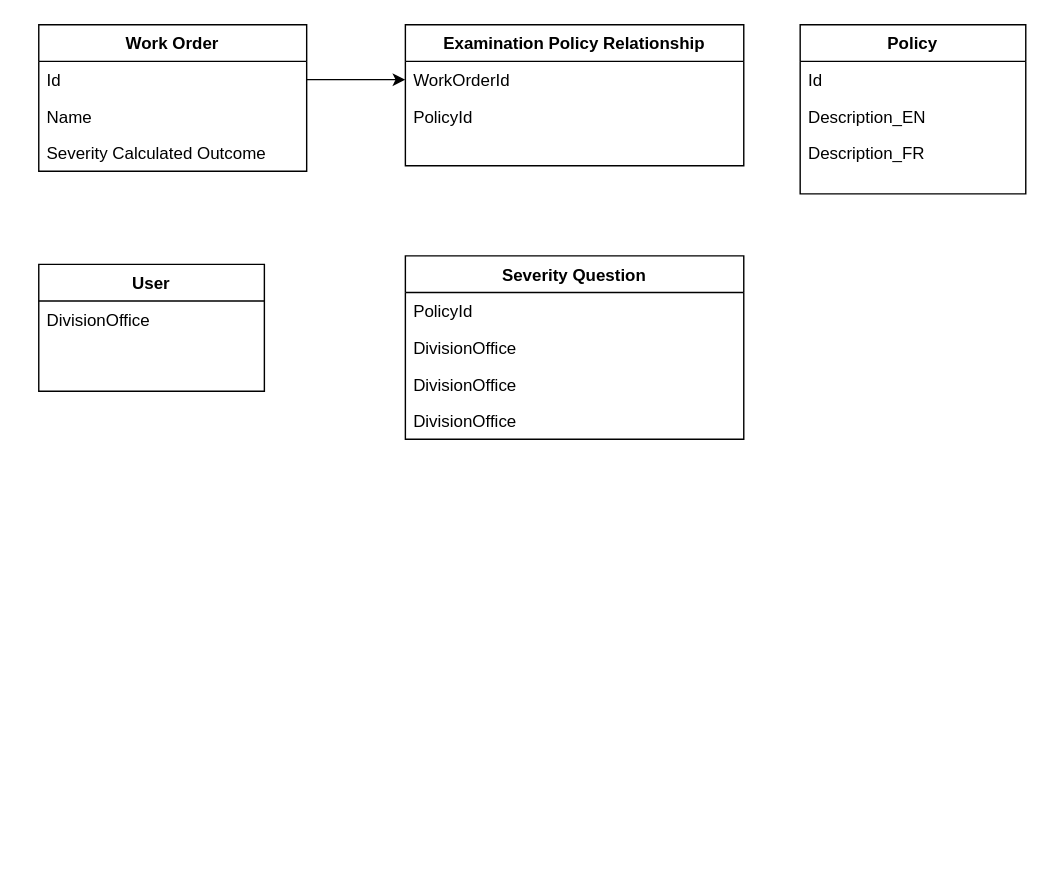
This is page "DataModal" (1 of 2) of _draft/severityMatrix.drawio from z2/z2.github.io, a draw.io file, before an edit. Source tidied: cells renumbered, new cells numbered last; positions are measured from the earlier drawing's top-left corner, leaving out a move shared by most shapes. Both pictures are drawn from the tidied source at 141%, with x=0, y=0 at pixel (38, 24).
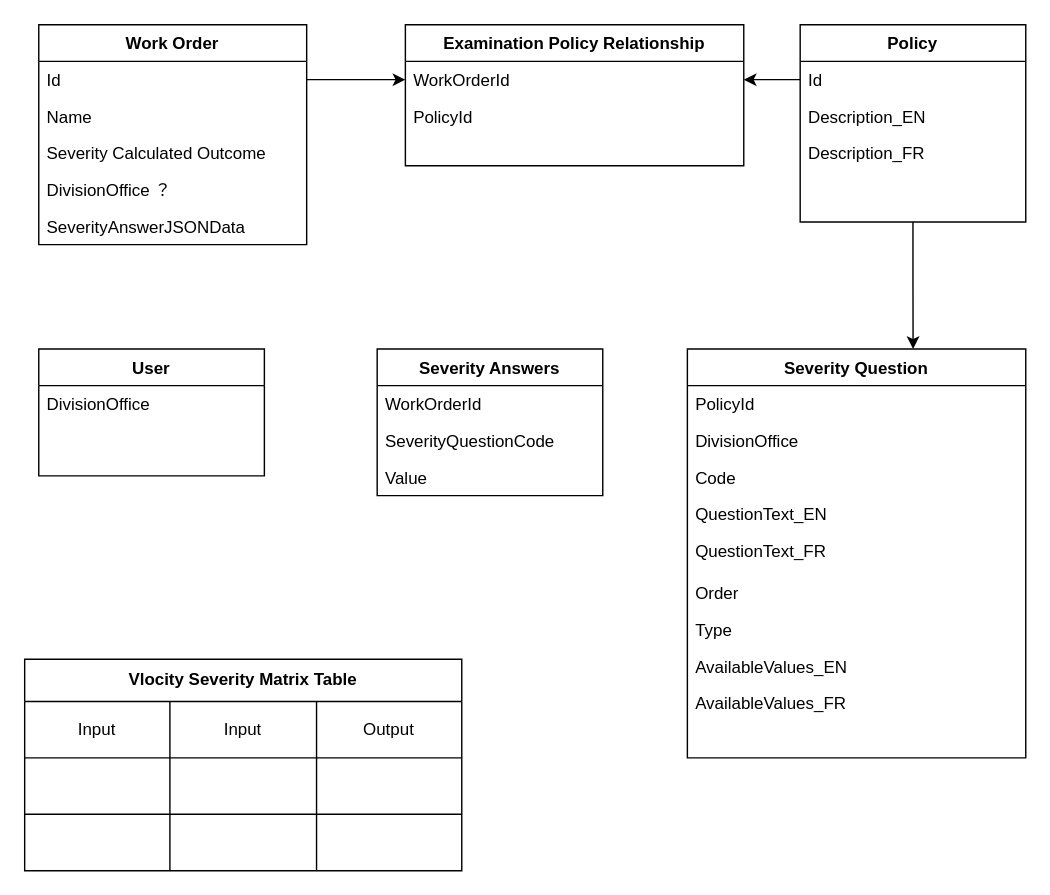
The same page after the edit.

Unchanged cells that the change refers to:
```xml
<mxCell id="3" value="Id" style="text;align=left;verticalAlign=top;spacingLeft=4;spacingRight=4;overflow=hidden;points=[[0,0.5],[1,0.5]];portConstraint=eastwest;rounded=0;shadow=0;html=0;" parent="2" vertex="1">
  <mxGeometry y="26" width="160" height="26" as="geometry" />
</mxCell>
<mxCell id="18" value="WorkOrderId" style="text;align=left;verticalAlign=top;spacingLeft=4;spacingRight=4;overflow=hidden;points=[[0,0.5],[1,0.5]];portConstraint=eastwest;rounded=0;shadow=0;html=0;" parent="17" vertex="1">
  <mxGeometry y="26" width="240" height="26" as="geometry" />
</mxCell>
```

Diff of the diagram source:
```diff
@@
+    <mxCell id="21" style="edgeStyle=orthogonalEdgeStyle;rounded=0;jettySize=auto;html=1;entryX=0.667;entryY=0;entryDx=0;entryDy=0;entryPerimeter=0;" parent="1" edge="1" source="2" target="8">
+      <mxGeometry relative="1" as="geometry" />
+    </mxCell>
     <mxCell id="2" value="Policy" style="swimlane;fontStyle=1;align=center;verticalAlign=top;horizontal=1;startSize=26;rounded=0;shadow=0;strokeWidth=1;" parent="1" vertex="1">
-      <mxGeometry x="540" width="160" height="120" as="geometry" />
+      <mxGeometry x="540" width="160" height="140" as="geometry" />
     </mxCell>
@@
     <mxCell id="6" value="User&#10;" style="swimlane;fontStyle=1;align=center;verticalAlign=top;horizontal=1;startSize=26;rounded=0;shadow=0;strokeWidth=1;" parent="1" vertex="1">
-      <mxGeometry y="170" width="160" height="90" as="geometry" />
+      <mxGeometry y="230" width="160" height="90" as="geometry" />
     </mxCell>
@@
     <mxCell id="8" value="Severity Question" style="swimlane;fontStyle=1;align=center;verticalAlign=top;horizontal=1;startSize=26;rounded=0;shadow=0;strokeWidth=1;" parent="1" vertex="1">
-      <mxGeometry x="260" y="164" width="240" height="130" as="geometry" />
+      <mxGeometry x="460" y="230" width="240" height="290" as="geometry" />
     </mxCell>
@@
-    <mxCell id="11" value="DivisionOffice" style="text;align=left;verticalAlign=top;spacingLeft=4;spacingRight=4;overflow=hidden;" parent="8" vertex="1">
+    <mxCell id="11" value="Code" style="text;align=left;verticalAlign=top;spacingLeft=4;spacingRight=4;overflow=hidden;" parent="8" vertex="1">
       <mxGeometry y="78" width="240" height="26" as="geometry" />
     </mxCell>
-    <mxCell id="12" value="DivisionOffice" style="text;align=left;verticalAlign=top;spacingLeft=4;spacingRight=4;overflow=hidden;" parent="8" vertex="1">
+    <mxCell id="12" value="QuestionText_EN" style="text;align=left;verticalAlign=top;spacingLeft=4;spacingRight=4;overflow=hidden;" parent="8" vertex="1">
       <mxGeometry y="104" width="240" height="26" as="geometry" />
     </mxCell>
+    <mxCell id="22" value="QuestionText_FR" style="text;align=left;verticalAlign=top;spacingLeft=4;spacingRight=4;overflow=hidden;" parent="8" vertex="1">
+      <mxGeometry y="130" width="240" height="30" as="geometry" />
+    </mxCell>
+    <mxCell id="23" value="Order" style="text;align=left;verticalAlign=top;spacingLeft=4;spacingRight=4;overflow=hidden;" parent="8" vertex="1">
+      <mxGeometry y="160" width="240" height="26" as="geometry" />
+    </mxCell>
+    <mxCell id="24" value="Type" style="text;align=left;verticalAlign=top;spacingLeft=4;spacingRight=4;overflow=hidden;" parent="8" vertex="1">
+      <mxGeometry y="186" width="240" height="26" as="geometry" />
+    </mxCell>
+    <mxCell id="25" value="AvailableValues_EN" style="text;align=left;verticalAlign=top;spacingLeft=4;spacingRight=4;overflow=hidden;" parent="8" vertex="1">
+      <mxGeometry y="212" width="240" height="26" as="geometry" />
+    </mxCell>
+    <mxCell id="26" value="AvailableValues_FR" style="text;align=left;verticalAlign=top;spacingLeft=4;spacingRight=4;overflow=hidden;" parent="8" vertex="1">
+      <mxGeometry y="238" width="240" height="26" as="geometry" />
+    </mxCell>
     <mxCell id="13" value="Work Order" style="swimlane;fontStyle=1;align=center;verticalAlign=top;horizontal=1;startSize=26;rounded=0;shadow=0;strokeWidth=1;" parent="1" vertex="1">
-      <mxGeometry width="190" height="104" as="geometry" />
+      <mxGeometry width="190" height="156" as="geometry" />
     </mxCell>
@@
+    <mxCell id="27" value="DivisionOffice ？" style="text;align=left;verticalAlign=top;spacingLeft=4;spacingRight=4;overflow=hidden;rounded=0;shadow=0;html=0;" parent="13" vertex="1">
+      <mxGeometry y="104" width="190" height="26" as="geometry" />
+    </mxCell>
+    <mxCell id="28" value="SeverityAnswerJSONData" style="text;align=left;verticalAlign=top;spacingLeft=4;spacingRight=4;overflow=hidden;rounded=0;shadow=0;html=0;" parent="13" vertex="1">
+      <mxGeometry y="130" width="190" height="26" as="geometry" />
+    </mxCell>
@@
+    <mxCell id="29" style="edgeStyle=orthogonalEdgeStyle;rounded=0;jettySize=auto;html=1;" parent="1" edge="1" source="3" target="18">
+      <mxGeometry relative="1" as="geometry" />
+    </mxCell>
+    <mxCell id="30" value="Severity Answers" style="swimlane;fontStyle=1;align=center;verticalAlign=top;horizontal=1;startSize=26;rounded=0;shadow=0;strokeWidth=1;" parent="1" vertex="1">
+      <mxGeometry x="240" y="230" width="160" height="104" as="geometry" />
+    </mxCell>
+    <mxCell id="31" value="WorkOrderId" style="text;align=left;verticalAlign=top;spacingLeft=4;spacingRight=4;overflow=hidden;rounded=0;shadow=0;html=0;" parent="30" vertex="1">
+      <mxGeometry y="26" width="160" height="26" as="geometry" />
+    </mxCell>
+    <mxCell id="32" value="SeverityQuestionCode" style="text;align=left;verticalAlign=top;spacingLeft=4;spacingRight=4;overflow=hidden;rounded=0;shadow=0;html=0;" parent="30" vertex="1">
+      <mxGeometry y="52" width="160" height="26" as="geometry" />
+    </mxCell>
+    <mxCell id="33" value="Value" style="text;align=left;verticalAlign=top;spacingLeft=4;spacingRight=4;overflow=hidden;rounded=0;shadow=0;html=0;" parent="30" vertex="1">
+      <mxGeometry y="78" width="160" height="26" as="geometry" />
+    </mxCell>
+    <mxCell id="34" value="Vlocity Severity Matrix Table" style="shape=table;html=1;whiteSpace=wrap;startSize=30;childLayout=tableLayout;fontStyle=1;align=center;" parent="1" vertex="1">
+      <mxGeometry x="-10" y="450" width="310" height="150" as="geometry" />
+    </mxCell>
+    <mxCell id="35" style="shape=partialRectangle;html=1;whiteSpace=wrap;fillColor=none;top=0;left=0;bottom=0;right=0;" parent="34" vertex="1">
+      <mxGeometry y="30" width="310" height="40" as="geometry" />
+    </mxCell>
+    <mxCell id="36" value="Input" style="shape=partialRectangle;html=1;whiteSpace=wrap;fillColor=none;top=0;left=0;bottom=0;right=0;overflow=hidden;" parent="35" vertex="1">
+      <mxGeometry width="103" height="40" as="geometry" />
+    </mxCell>
+    <mxCell id="37" value="Input" style="shape=partialRectangle;html=1;whiteSpace=wrap;fillColor=none;top=0;left=0;bottom=0;right=0;overflow=hidden;" parent="35" vertex="1">
+      <mxGeometry x="103" width="104" height="40" as="geometry" />
+    </mxCell>
+    <mxCell id="38" value="Output" style="shape=partialRectangle;html=1;whiteSpace=wrap;fillColor=none;top=0;left=0;bottom=0;right=0;overflow=hidden;" parent="35" vertex="1">
+      <mxGeometry x="207" width="103" height="40" as="geometry" />
+    </mxCell>
+    <mxCell id="39" style="shape=partialRectangle;html=1;whiteSpace=wrap;fillColor=none;top=0;left=0;bottom=0;right=0;" parent="34" vertex="1">
+      <mxGeometry y="70" width="310" height="40" as="geometry" />
+    </mxCell>
+    <mxCell id="40" style="shape=partialRectangle;html=1;whiteSpace=wrap;fillColor=none;top=0;left=0;bottom=0;right=0;overflow=hidden;" parent="39" vertex="1">
+      <mxGeometry width="103" height="40" as="geometry" />
+    </mxCell>
+    <mxCell id="41" style="shape=partialRectangle;html=1;whiteSpace=wrap;fillColor=none;top=0;left=0;bottom=0;right=0;overflow=hidden;" parent="39" vertex="1">
+      <mxGeometry x="103" width="104" height="40" as="geometry" />
+    </mxCell>
+    <mxCell id="42" style="shape=partialRectangle;html=1;whiteSpace=wrap;fillColor=none;top=0;left=0;bottom=0;right=0;overflow=hidden;" parent="39" vertex="1">
+      <mxGeometry x="207" width="103" height="40" as="geometry" />
+    </mxCell>
+    <mxCell id="43" style="shape=partialRectangle;html=1;whiteSpace=wrap;fillColor=none;top=0;left=0;bottom=0;right=0;" parent="34" vertex="1">
+      <mxGeometry y="110" width="310" height="40" as="geometry" />
+    </mxCell>
+    <mxCell id="44" style="shape=partialRectangle;html=1;whiteSpace=wrap;fillColor=none;top=0;left=0;bottom=0;right=0;overflow=hidden;" parent="43" vertex="1">
+      <mxGeometry width="103" height="40" as="geometry" />
+    </mxCell>
+    <mxCell id="45" style="shape=partialRectangle;html=1;whiteSpace=wrap;fillColor=none;top=0;left=0;bottom=0;right=0;overflow=hidden;" parent="43" vertex="1">
+      <mxGeometry x="103" width="104" height="40" as="geometry" />
+    </mxCell>
+    <mxCell id="46" style="shape=partialRectangle;html=1;whiteSpace=wrap;fillColor=none;top=0;left=0;bottom=0;right=0;overflow=hidden;" parent="43" vertex="1">
+      <mxGeometry x="207" width="103" height="40" as="geometry" />
+    </mxCell>
```
